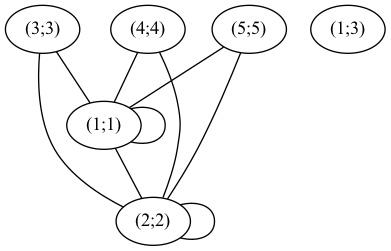
IvanMurzin/Informatics keeps this Graphviz diagram as 5/output/graph.dot.png. Above is the earlier version. Its source is kept beside it as 5/output/graph.dot.
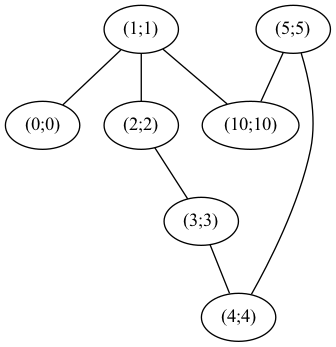
Later version of the same file.

The edit, as a diff of the source:
```diff
@@ -1,18 +1,23 @@
 strict graph {
  "(1;1)";
- "(1;1)" -- "(1;1)";
+ "(1;1)" -- "(10;10)";
+ "(1;1)" -- "(0;0)";
  "(1;1)" -- "(2;2)";
+ "(5;5)";
+ "(5;5)" -- "(10;10)";
+ "(5;5)" -- "(4;4)";
+ "(10;10)";
+ "(10;10)" -- "(1;1)";
+ "(10;10)" -- "(5;5)";
+ "(0;0)";
+ "(0;0)" -- "(1;1)";
  "(2;2)";
  "(2;2)" -- "(1;1)";
- "(2;2)" -- "(2;2)";
+ "(2;2)" -- "(3;3)";
  "(3;3)";
- "(3;3)" -- "(1;1)";
  "(3;3)" -- "(2;2)";
+ "(3;3)" -- "(4;4)";
  "(4;4)";
- "(4;4)" -- "(1;1)";
- "(4;4)" -- "(2;2)";
- "(5;5)";
- "(5;5)" -- "(1;1)";
- "(5;5)" -- "(2;2)";
- "(1;3)";
+ "(4;4)" -- "(5;5)";
+ "(4;4)" -- "(3;3)";
 }
```
